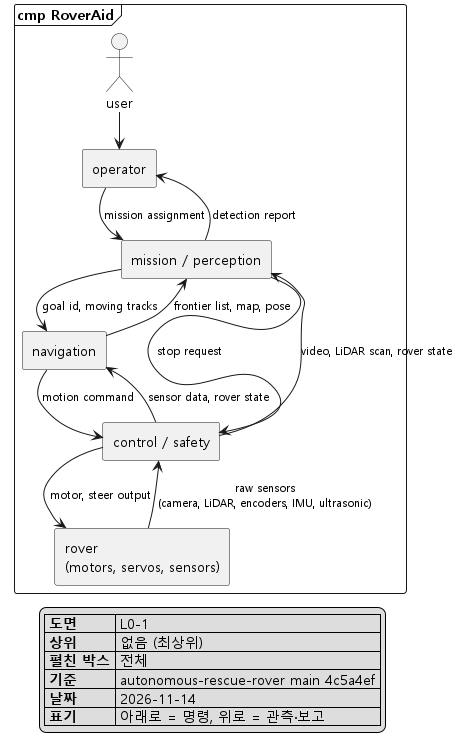
This is docs/architecture/png/L0-1_system.png from Ruysong/autonomous-rescue-rover, a PlantUML export, as it was before one commit.
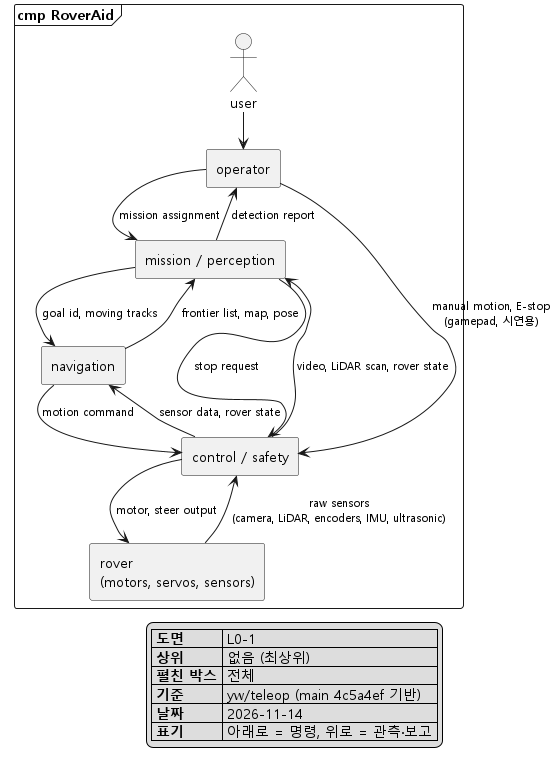
The same diagram one commit later.

Change to the diagram source:
```diff
@@ -24,6 +24,7 @@
 
   NAV --> CONTROL : motion command
   MISSION --> CONTROL : stop request
+  OPERATOR --> CONTROL : manual motion, E-stop\n(gamepad, 시연용)
   CONTROL -up-> NAV : sensor data, rover state
   CONTROL -up-> MISSION : video, LiDAR scan, rover state
 
@@ -35,7 +36,7 @@
   |= 도면 | L0-1 |
   |= 상위 | 없음 (최상위) |
   |= 펼친 박스 | 전체 |
-  |= 기준 | autonomous-rescue-rover main 4c5a4ef |
+  |= 기준 | yw/teleop (main 4c5a4ef 기반) |
   |= 날짜 | 2026-11-14 |
   |= 표기 | 아래로 = 명령, 위로 = 관측·보고 |
 endlegend
```
